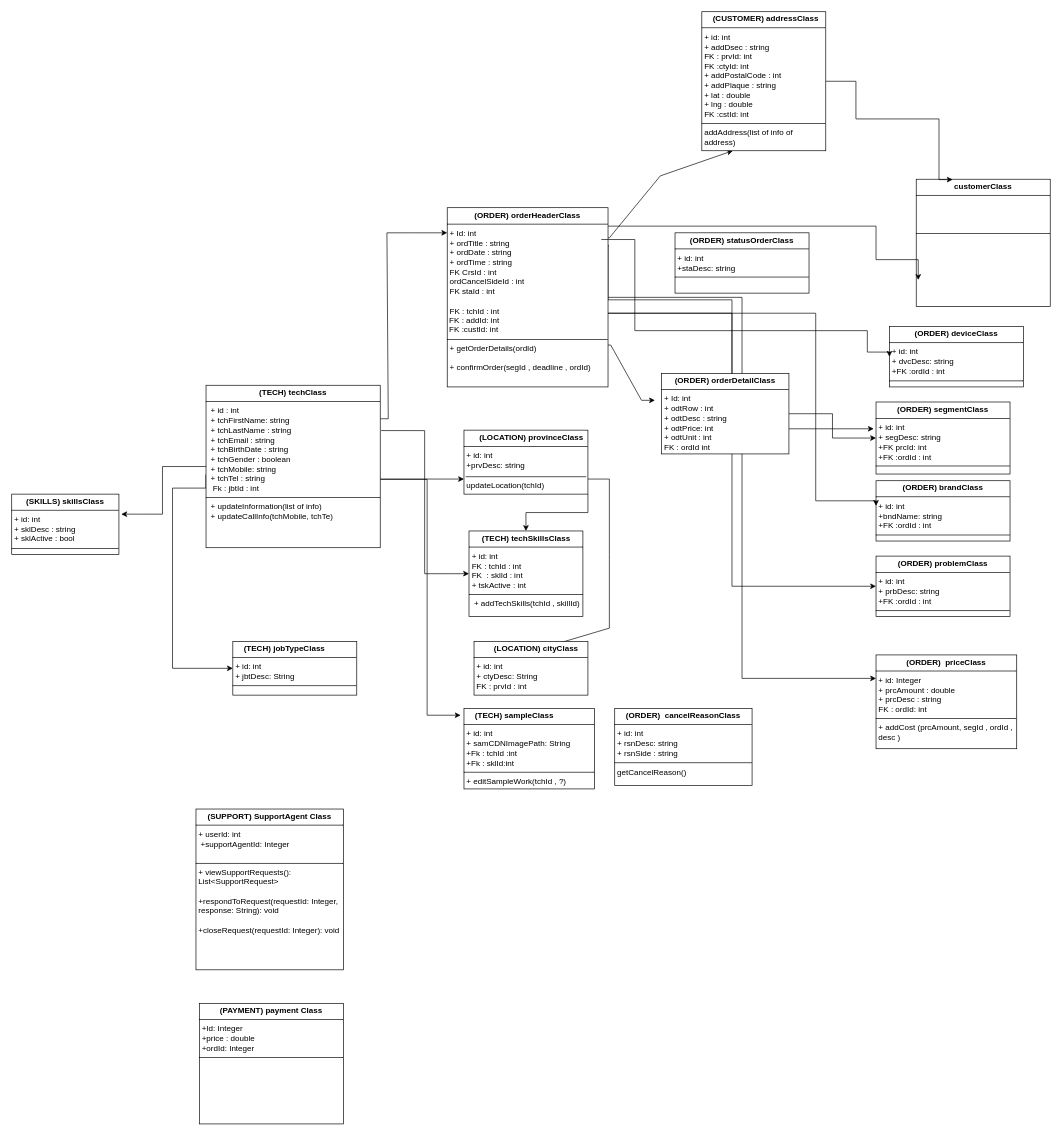
reyhanehSP/pwaTech keeps this draw.io diagram as tech.drawio. Above is the earlier version. Source tidied: cells renumbered, new cells numbered last; positions are measured from the earlier drawing's top-left corner, leaving out a move shared by most shapes. Both pictures are drawn from the tidied source at 67%, with x=0, y=0 at pixel (11, 11).
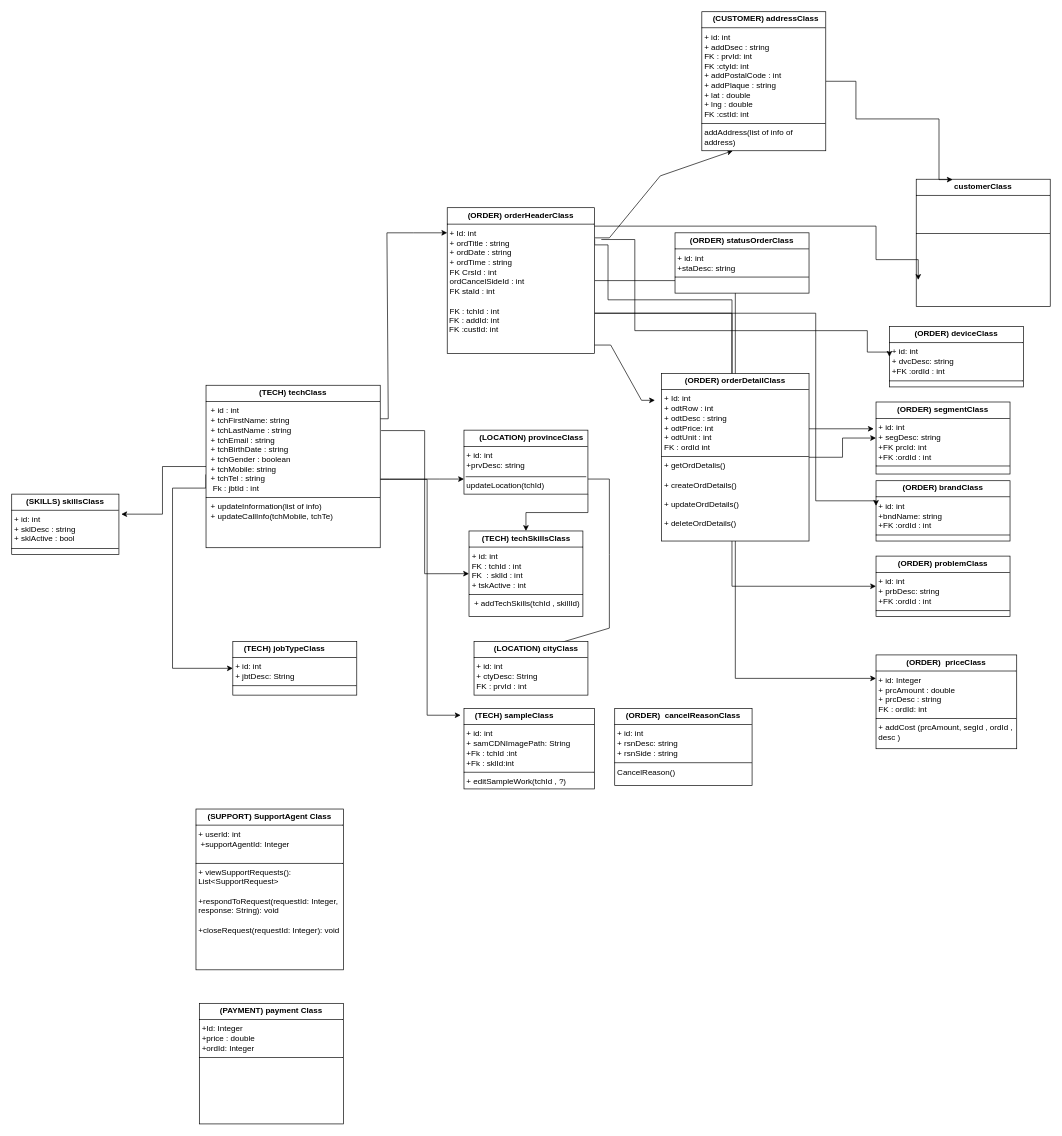
After the change.

Diff of the diagram source:
```diff
@@
-    <mxCell id="13" value="&lt;p style=&quot;margin:0px;margin-top:4px;text-align:center;&quot;&gt;&lt;b&gt;(ORDER)&amp;nbsp;&lt;/b&gt;&lt;b style=&quot;background-color: initial;&quot;&gt;orderHeaderClass&lt;/b&gt;&lt;/p&gt;&lt;hr size=&quot;1&quot; style=&quot;border-style:solid;&quot;&gt;&lt;p style=&quot;margin:0px;margin-left:4px;&quot;&gt;+ Id: int&lt;/p&gt;&lt;p style=&quot;margin:0px;margin-left:4px;&quot;&gt;+ ordTitle : string&lt;/p&gt;&lt;p style=&quot;margin:0px;margin-left:4px;&quot;&gt;+ ordDate : string&lt;br&gt;+ ordTime : string&lt;br&gt;&lt;/p&gt;&lt;p style=&quot;margin:0px;margin-left:4px;&quot;&gt;FK CrsId : int&lt;/p&gt;&lt;p style=&quot;margin:0px;margin-left:4px;&quot;&gt;ordCancelSideId : int&lt;/p&gt;&lt;p style=&quot;margin:0px;margin-left:4px;&quot;&gt;FK staId : int&lt;/p&gt;&lt;p style=&quot;margin:0px;margin-left:4px;&quot;&gt;&lt;br&gt;&lt;/p&gt;&lt;p style=&quot;margin:0px;margin-left:4px;&quot;&gt;&lt;span style=&quot;background-color: initial;&quot;&gt;FK : tchId : int&lt;/span&gt;&lt;/p&gt;&amp;nbsp;FK : addId: int&lt;div&gt;&amp;nbsp;FK :custId: int&lt;br&gt;&lt;hr size=&quot;1&quot; style=&quot;border-style:solid;&quot;&gt;&lt;p style=&quot;margin:0px;margin-left:4px;&quot;&gt;+ getOrderDetails(ordId)&lt;/p&gt;&lt;p style=&quot;margin:0px;margin-left:4px;&quot;&gt;&lt;br&gt;+ confirmOrder(segId , deadline , ordId)&lt;/p&gt;&lt;p style=&quot;margin:0px;margin-left:4px;&quot;&gt;&lt;br&gt;&lt;/p&gt;&lt;p style=&quot;margin:0px;margin-left:4px;&quot;&gt;&lt;br&gt;&lt;/p&gt;&lt;p style=&quot;margin:0px;margin-left:4px;&quot;&gt;&amp;nbsp;&lt;/p&gt;&lt;p style=&quot;margin:0px;margin-left:4px;&quot;&gt;&lt;br&gt;&lt;br&gt;&lt;/p&gt;&lt;/div&gt;" style="verticalAlign=top;align=left;overflow=fill;html=1;whiteSpace=wrap;" parent="1" vertex="1">
-      <mxGeometry x="650" y="292.5" width="240" height="267.5" as="geometry" />
+    <mxCell id="13" value="&lt;p style=&quot;margin:0px;margin-top:4px;text-align:center;&quot;&gt;&lt;b&gt;(ORDER)&amp;nbsp;&lt;/b&gt;&lt;b style=&quot;background-color: initial;&quot;&gt;orderHeaderClass&lt;/b&gt;&lt;/p&gt;&lt;hr size=&quot;1&quot; style=&quot;border-style:solid;&quot;&gt;&lt;p style=&quot;margin:0px;margin-left:4px;&quot;&gt;+ Id: int&lt;/p&gt;&lt;p style=&quot;margin:0px;margin-left:4px;&quot;&gt;+ ordTitle : string&lt;/p&gt;&lt;p style=&quot;margin:0px;margin-left:4px;&quot;&gt;+ ordDate : string&lt;br&gt;+ ordTime : string&lt;br&gt;&lt;/p&gt;&lt;p style=&quot;margin:0px;margin-left:4px;&quot;&gt;FK CrsId : int&lt;/p&gt;&lt;p style=&quot;margin:0px;margin-left:4px;&quot;&gt;ordCancelSideId : int&lt;/p&gt;&lt;p style=&quot;margin:0px;margin-left:4px;&quot;&gt;FK staId : int&lt;/p&gt;&lt;p style=&quot;margin:0px;margin-left:4px;&quot;&gt;&lt;br&gt;&lt;/p&gt;&lt;p style=&quot;margin:0px;margin-left:4px;&quot;&gt;&lt;span style=&quot;background-color: initial;&quot;&gt;FK : tchId : int&lt;/span&gt;&lt;/p&gt;&amp;nbsp;FK : addId: int&lt;div&gt;&amp;nbsp;FK :custId: int&lt;br&gt;&lt;br&gt;&lt;p style=&quot;margin:0px;margin-left:4px;&quot;&gt;&lt;br&gt;&lt;br&gt;&lt;/p&gt;&lt;p style=&quot;margin:0px;margin-left:4px;&quot;&gt;&lt;br&gt;&lt;/p&gt;&lt;p style=&quot;margin:0px;margin-left:4px;&quot;&gt;&lt;br&gt;&lt;/p&gt;&lt;p style=&quot;margin:0px;margin-left:4px;&quot;&gt;&amp;nbsp;&lt;/p&gt;&lt;p style=&quot;margin:0px;margin-left:4px;&quot;&gt;&lt;br&gt;&lt;br&gt;&lt;/p&gt;&lt;/div&gt;" style="verticalAlign=top;align=left;overflow=fill;html=1;whiteSpace=wrap;" parent="1" vertex="1">
+      <mxGeometry x="650" y="292.5" width="220" height="217.5" as="geometry" />
     </mxCell>
@@
-    <mxCell id="26" value="&lt;p style=&quot;margin:0px;margin-top:4px;text-align:center;&quot;&gt;&lt;b&gt;(&lt;/b&gt;&lt;b&gt;ORDER&lt;/b&gt;&lt;b&gt;)&amp;nbsp;&lt;/b&gt;&lt;b style=&quot;background-color: initial;&quot;&gt;orderDetailClass&lt;/b&gt;&lt;/p&gt;&lt;hr size=&quot;1&quot; style=&quot;border-style:solid;&quot;&gt;&lt;p style=&quot;margin:0px;margin-left:4px;&quot;&gt;+ Id: int&lt;/p&gt;&lt;p style=&quot;margin:0px;margin-left:4px;&quot;&gt;+ odtRow : int&lt;/p&gt;&lt;p style=&quot;margin:0px;margin-left:4px;&quot;&gt;+ odtDesc : string&lt;/p&gt;&lt;p style=&quot;margin:0px;margin-left:4px;&quot;&gt;+ odtPrice: int&lt;/p&gt;&lt;p style=&quot;margin:0px;margin-left:4px;&quot;&gt;+ odtUnit : int&lt;br&gt;&lt;/p&gt;&lt;p style=&quot;margin:0px;margin-left:4px;&quot;&gt;FK : ordId int&lt;/p&gt;&lt;hr size=&quot;1&quot; style=&quot;border-style:solid;&quot;&gt;&lt;p style=&quot;margin:0px;margin-left:4px;&quot;&gt;&lt;br&gt;&lt;br&gt;&lt;br&gt;&lt;br&gt;&lt;/p&gt;" style="verticalAlign=top;align=left;overflow=fill;html=1;whiteSpace=wrap;" parent="1" vertex="1">
-      <mxGeometry x="970" y="540" width="190" height="120" as="geometry" />
+    <mxCell id="26" value="&lt;p style=&quot;margin:0px;margin-top:4px;text-align:center;&quot;&gt;&lt;b&gt;(&lt;/b&gt;&lt;b&gt;ORDER&lt;/b&gt;&lt;b&gt;)&amp;nbsp;&lt;/b&gt;&lt;b style=&quot;background-color: initial;&quot;&gt;orderDetailClass&lt;/b&gt;&lt;/p&gt;&lt;hr size=&quot;1&quot; style=&quot;border-style:solid;&quot;&gt;&lt;p style=&quot;margin:0px;margin-left:4px;&quot;&gt;+ Id: int&lt;/p&gt;&lt;p style=&quot;margin:0px;margin-left:4px;&quot;&gt;+ odtRow : int&lt;/p&gt;&lt;p style=&quot;margin:0px;margin-left:4px;&quot;&gt;+ odtDesc : string&lt;/p&gt;&lt;p style=&quot;margin:0px;margin-left:4px;&quot;&gt;+ odtPrice: int&lt;/p&gt;&lt;p style=&quot;margin:0px;margin-left:4px;&quot;&gt;+ odtUnit : int&lt;br&gt;&lt;/p&gt;&lt;p style=&quot;margin:0px;margin-left:4px;&quot;&gt;FK : ordId int&lt;/p&gt;&lt;hr style=&quot;border-style: solid;&quot; size=&quot;1&quot;&gt;&lt;p style=&quot;margin: 0px 0px 0px 4px;&quot;&gt;+ getOrdDetalis()&lt;/p&gt;&lt;p style=&quot;margin: 0px 0px 0px 4px;&quot;&gt;&lt;br&gt;+ createOrdDetails()&lt;/p&gt;&lt;p style=&quot;margin: 0px 0px 0px 4px;&quot;&gt;&lt;br&gt;&lt;/p&gt;&lt;p style=&quot;margin: 0px 0px 0px 4px;&quot;&gt;+ updateOrdDetails()&lt;/p&gt;&lt;p style=&quot;margin: 0px 0px 0px 4px;&quot;&gt;&lt;br&gt;&lt;/p&gt;&lt;p style=&quot;margin:0px;margin-left:4px;&quot;&gt;+ deleteOrdDetails()&lt;/p&gt;&lt;p style=&quot;margin:0px;margin-left:4px;&quot;&gt;&lt;br&gt;&lt;/p&gt;&lt;p style=&quot;margin:0px;margin-left:4px;&quot;&gt;&lt;br&gt;&lt;/p&gt;&lt;p style=&quot;margin:0px;margin-left:4px;&quot;&gt;&lt;br&gt;&lt;/p&gt;&lt;p style=&quot;margin:0px;margin-left:4px;&quot;&gt;&lt;br&gt;&lt;/p&gt;&lt;p style=&quot;margin:0px;margin-left:4px;&quot;&gt;&lt;br&gt;&lt;/p&gt;&lt;p style=&quot;margin:0px;margin-left:4px;&quot;&gt;&lt;br&gt;&lt;/p&gt;&lt;p style=&quot;margin:0px;margin-left:4px;&quot;&gt;&lt;br&gt;&lt;/p&gt;&lt;p style=&quot;margin:0px;margin-left:4px;&quot;&gt;&lt;br&gt;&lt;/p&gt;&lt;p style=&quot;margin:0px;margin-left:4px;&quot;&gt;&lt;br&gt;&lt;/p&gt;&lt;p style=&quot;margin:0px;margin-left:4px;&quot;&gt;&lt;br&gt;&lt;/p&gt;&lt;p style=&quot;margin:0px;margin-left:4px;&quot;&gt;&lt;br&gt;&lt;/p&gt;&lt;p style=&quot;margin:0px;margin-left:4px;&quot;&gt;&lt;br&gt;&lt;/p&gt;&lt;p style=&quot;margin:0px;margin-left:4px;&quot;&gt;&lt;br&gt;&lt;/p&gt;&lt;p style=&quot;margin:0px;margin-left:4px;&quot;&gt;&lt;br&gt;&lt;/p&gt;&lt;p style=&quot;margin:0px;margin-left:4px;&quot;&gt;&lt;br&gt;&lt;br&gt;&lt;br&gt;&lt;/p&gt;" style="verticalAlign=top;align=left;overflow=fill;html=1;whiteSpace=wrap;" parent="1" vertex="1">
+      <mxGeometry x="970" y="540" width="220" height="250" as="geometry" />
     </mxCell>
@@
-    <mxCell id="33" value="&lt;p style=&quot;margin:0px;margin-top:4px;text-align:center;&quot;&gt;&lt;b&gt;(&lt;/b&gt;&lt;b&gt;ORDER&lt;/b&gt;&lt;span style=&quot;background-color: initial;&quot;&gt;&lt;b&gt;)&amp;nbsp; cancelReasonClass&lt;/b&gt;&lt;/span&gt;&lt;/p&gt;&lt;hr size=&quot;1&quot; style=&quot;border-style:solid;&quot;&gt;&lt;p style=&quot;margin:0px;margin-left:4px;&quot;&gt;+ id: int&lt;/p&gt;&lt;p style=&quot;margin:0px;margin-left:4px;&quot;&gt;+ rsnDesc:&amp;nbsp;&lt;span style=&quot;background-color: initial;&quot;&gt;string&lt;/span&gt;&lt;/p&gt;&lt;p style=&quot;margin:0px;margin-left:4px;&quot;&gt;&lt;span style=&quot;background-color: initial;&quot;&gt;+ rsnSide : string&lt;/span&gt;&lt;/p&gt;&lt;hr size=&quot;1&quot; style=&quot;border-style:solid;&quot;&gt;&lt;p style=&quot;margin:0px;margin-left:4px;&quot;&gt;getCancelReason()&lt;/p&gt;" style="verticalAlign=top;align=left;overflow=fill;html=1;whiteSpace=wrap;" parent="1" vertex="1">
+    <mxCell id="33" value="&lt;p style=&quot;margin:0px;margin-top:4px;text-align:center;&quot;&gt;&lt;b&gt;(&lt;/b&gt;&lt;b&gt;ORDER&lt;/b&gt;&lt;span style=&quot;background-color: initial;&quot;&gt;&lt;b&gt;)&amp;nbsp; cancelReasonClass&lt;/b&gt;&lt;/span&gt;&lt;/p&gt;&lt;hr size=&quot;1&quot; style=&quot;border-style:solid;&quot;&gt;&lt;p style=&quot;margin:0px;margin-left:4px;&quot;&gt;+ id: int&lt;/p&gt;&lt;p style=&quot;margin:0px;margin-left:4px;&quot;&gt;+ rsnDesc:&amp;nbsp;&lt;span style=&quot;background-color: initial;&quot;&gt;string&lt;/span&gt;&lt;/p&gt;&lt;p style=&quot;margin:0px;margin-left:4px;&quot;&gt;&lt;span style=&quot;background-color: initial;&quot;&gt;+ rsnSide : string&lt;/span&gt;&lt;/p&gt;&lt;hr size=&quot;1&quot; style=&quot;border-style:solid;&quot;&gt;&lt;p style=&quot;margin:0px;margin-left:4px;&quot;&gt;CancelReason()&lt;/p&gt;" style="verticalAlign=top;align=left;overflow=fill;html=1;whiteSpace=wrap;" parent="1" vertex="1">
       <mxGeometry x="900" y="1040" width="205" height="115" as="geometry" />
     </mxCell>
```
